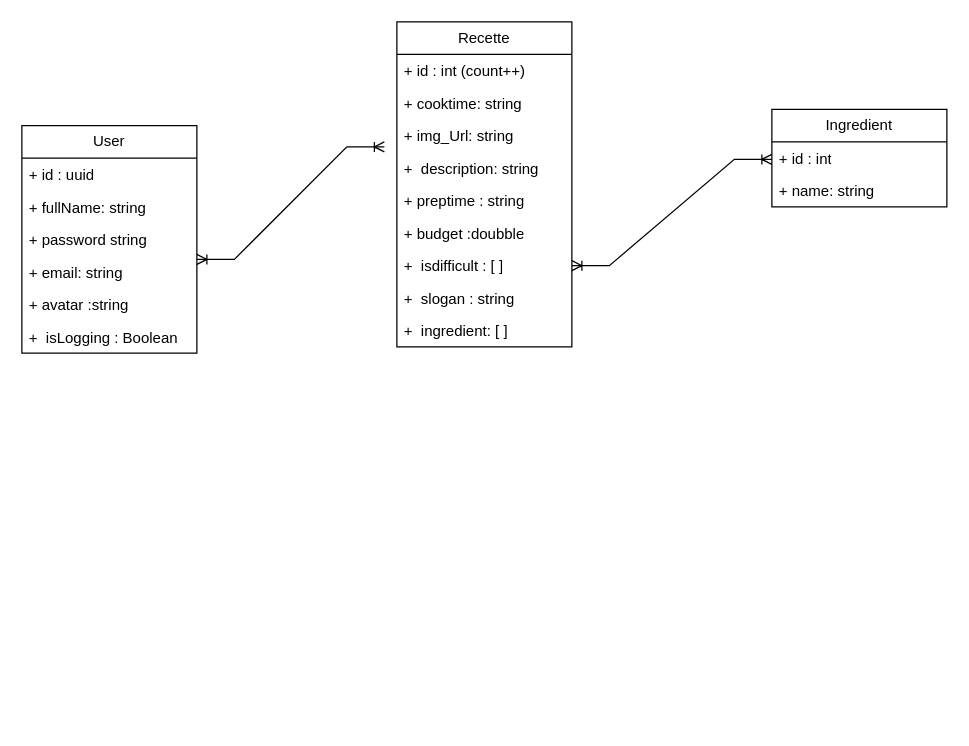
This is Untitled Diagram.drawio from tammyluu/CookBook, a draw.io file, before an edit. Source tidied: cells renumbered, new cells numbered last; positions are measured from the earlier drawing's top-left corner, leaving out a move shared by most shapes. Both pictures are drawn from the tidied source at 125%, with x=0, y=0 at pixel (21, 21).
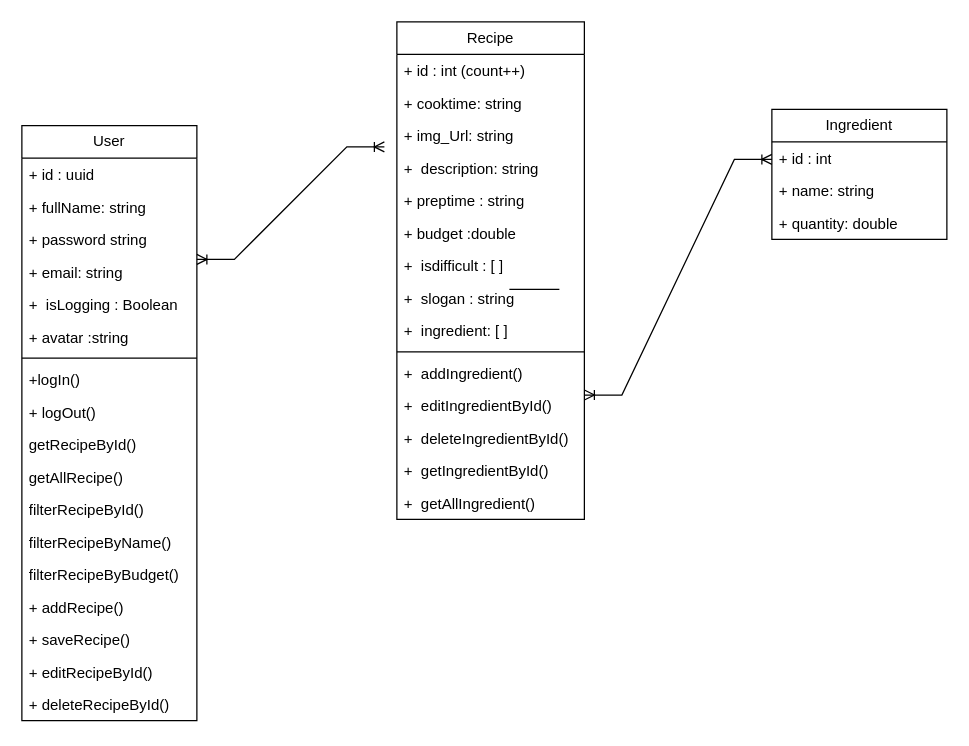
The same diagram, later.

Change to the diagram source:
```diff
@@
     <mxCell id="2" value="User" style="swimlane;fontStyle=0;horizontal=1;startSize=26;fillColor=none;whiteSpace=wrap;html=1;" parent="1" vertex="1">
-      <mxGeometry y="83" width="140" height="182" as="geometry" />
+      <mxGeometry y="83" width="140" height="476" as="geometry" />
     </mxCell>
@@
+    <mxCell id="8" value="+&amp;nbsp; isLogging : Boolean" style="text;strokeColor=none;fillColor=none;align=left;verticalAlign=top;spacingLeft=4;spacingRight=4;overflow=hidden;whiteSpace=wrap;html=1;" parent="2" vertex="1">
+      <mxGeometry y="130" width="140" height="26" as="geometry" />
+    </mxCell>
     <mxCell id="7" value="+ avatar :string" style="text;strokeColor=none;fillColor=none;align=left;verticalAlign=top;spacingLeft=4;spacingRight=4;overflow=hidden;whiteSpace=wrap;html=1;" parent="2" vertex="1">
-      <mxGeometry y="130" width="140" height="26" as="geometry" />
+      <mxGeometry y="156" width="140" height="26" as="geometry" />
     </mxCell>
-    <mxCell id="8" value="+&amp;nbsp; isLogging : Boolean" style="text;strokeColor=none;fillColor=none;align=left;verticalAlign=top;spacingLeft=4;spacingRight=4;overflow=hidden;whiteSpace=wrap;html=1;" parent="2" vertex="1">
-      <mxGeometry y="156" width="140" height="26" as="geometry" />
-    </mxCell>
+    <mxCell id="24" style="line;strokeWidth=1;fillColor=none;align=left;verticalAlign=middle;spacingTop=-1;spacingLeft=3;spacingRight=3;labelPosition=right;strokeColor=inherit;" parent="2" vertex="1">
+      <mxGeometry y="182" width="140" height="8" as="geometry" />
+    </mxCell>
+    <mxCell id="25" value="+logIn()" style="text;strokeColor=none;fillColor=none;align=left;verticalAlign=top;spacingLeft=4;spacingRight=4;overflow=hidden;whiteSpace=wrap;html=1;" parent="2" vertex="1">
+      <mxGeometry y="190" width="140" height="26" as="geometry" />
+    </mxCell>
+    <mxCell id="26" value="+ logOut()" style="text;strokeColor=none;fillColor=none;align=left;verticalAlign=top;spacingLeft=4;spacingRight=4;overflow=hidden;whiteSpace=wrap;html=1;" parent="2" vertex="1">
+      <mxGeometry y="216" width="140" height="26" as="geometry" />
+    </mxCell>
+    <mxCell id="27" value="getRecipeById()" style="text;strokeColor=none;fillColor=none;align=left;verticalAlign=top;spacingLeft=4;spacingRight=4;overflow=hidden;whiteSpace=wrap;html=1;" parent="2" vertex="1">
+      <mxGeometry y="242" width="140" height="26" as="geometry" />
+    </mxCell>
+    <mxCell id="28" value="getAllRecipe()" style="text;strokeColor=none;fillColor=none;align=left;verticalAlign=top;spacingLeft=4;spacingRight=4;overflow=hidden;whiteSpace=wrap;html=1;" parent="2" vertex="1">
+      <mxGeometry y="268" width="140" height="26" as="geometry" />
+    </mxCell>
+    <mxCell id="29" value="filterRecipeById()" style="text;strokeColor=none;fillColor=none;align=left;verticalAlign=top;spacingLeft=4;spacingRight=4;overflow=hidden;whiteSpace=wrap;html=1;" parent="2" vertex="1">
+      <mxGeometry y="294" width="140" height="26" as="geometry" />
+    </mxCell>
+    <mxCell id="30" value="filterRecipeByName()" style="text;strokeColor=none;fillColor=none;align=left;verticalAlign=top;spacingLeft=4;spacingRight=4;overflow=hidden;whiteSpace=wrap;html=1;" parent="2" vertex="1">
+      <mxGeometry y="320" width="140" height="26" as="geometry" />
+    </mxCell>
+    <mxCell id="31" value="filterRecipeByBudget()" style="text;strokeColor=none;fillColor=none;align=left;verticalAlign=top;spacingLeft=4;spacingRight=4;overflow=hidden;whiteSpace=wrap;html=1;" parent="2" vertex="1">
+      <mxGeometry y="346" width="140" height="26" as="geometry" />
+    </mxCell>
+    <mxCell id="32" value="+ addRecipe()" style="text;strokeColor=none;fillColor=none;align=left;verticalAlign=top;spacingLeft=4;spacingRight=4;overflow=hidden;whiteSpace=wrap;html=1;" parent="2" vertex="1">
+      <mxGeometry y="372" width="140" height="26" as="geometry" />
+    </mxCell>
+    <mxCell id="33" value="+ saveRecipe()" style="text;strokeColor=none;fillColor=none;align=left;verticalAlign=top;spacingLeft=4;spacingRight=4;overflow=hidden;whiteSpace=wrap;html=1;" parent="2" vertex="1">
+      <mxGeometry y="398" width="140" height="26" as="geometry" />
+    </mxCell>
+    <mxCell id="34" value="+ editRecipeById()" style="text;strokeColor=none;fillColor=none;align=left;verticalAlign=top;spacingLeft=4;spacingRight=4;overflow=hidden;whiteSpace=wrap;html=1;" parent="2" vertex="1">
+      <mxGeometry y="424" width="140" height="26" as="geometry" />
+    </mxCell>
+    <mxCell id="35" value="+ deleteRecipeById()" style="text;strokeColor=none;fillColor=none;align=left;verticalAlign=top;spacingLeft=4;spacingRight=4;overflow=hidden;whiteSpace=wrap;html=1;" parent="2" vertex="1">
+      <mxGeometry y="450" width="140" height="26" as="geometry" />
+    </mxCell>
     <mxCell id="9" value="Ingredient" style="swimlane;fontStyle=0;horizontal=1;startSize=26;fillColor=none;whiteSpace=wrap;html=1;" parent="1" vertex="1">
-      <mxGeometry x="600" y="70" width="140" height="78" as="geometry" />
+      <mxGeometry x="600" y="70" width="140" height="104" as="geometry" />
     </mxCell>
@@
+    <mxCell id="36" value="+ quantity: double" style="text;strokeColor=none;fillColor=none;align=left;verticalAlign=top;spacingLeft=4;spacingRight=4;overflow=hidden;whiteSpace=wrap;html=1;" parent="9" vertex="1">
+      <mxGeometry y="78" width="140" height="26" as="geometry" />
+    </mxCell>
-    <mxCell id="12" value="Recette" style="swimlane;fontStyle=0;horizontal=1;startSize=26;fillColor=none;whiteSpace=wrap;html=1;" parent="1" vertex="1">
-      <mxGeometry x="300" width="140" height="260" as="geometry" />
+    <mxCell id="12" value="Recipe" style="swimlane;fontStyle=0;horizontal=1;startSize=26;fillColor=none;whiteSpace=wrap;html=1;" parent="1" vertex="1">
+      <mxGeometry x="300" width="150" height="398" as="geometry" />
     </mxCell>
     <mxCell id="13" value="+ id : int (count++)" style="text;strokeColor=none;fillColor=none;align=left;verticalAlign=top;spacingLeft=4;spacingRight=4;overflow=hidden;whiteSpace=wrap;html=1;" parent="12" vertex="1">
-      <mxGeometry y="26" width="140" height="26" as="geometry" />
+      <mxGeometry y="26" width="150" height="26" as="geometry" />
     </mxCell>
     <mxCell id="14" value="+ cooktime: string" style="text;strokeColor=none;fillColor=none;align=left;verticalAlign=top;spacingLeft=4;spacingRight=4;overflow=hidden;whiteSpace=wrap;html=1;" parent="12" vertex="1">
-      <mxGeometry y="52" width="140" height="26" as="geometry" />
+      <mxGeometry y="52" width="150" height="26" as="geometry" />
     </mxCell>
     <mxCell id="15" value="+ img_Url: string" style="text;strokeColor=none;fillColor=none;align=left;verticalAlign=top;spacingLeft=4;spacingRight=4;overflow=hidden;whiteSpace=wrap;html=1;" parent="12" vertex="1">
-      <mxGeometry y="78" width="140" height="26" as="geometry" />
+      <mxGeometry y="78" width="150" height="26" as="geometry" />
     </mxCell>
+    <mxCell id="37" style="edgeStyle=orthogonalEdgeStyle;rounded=0;jettySize=auto;html=1;exitX=1;exitY=0.5;exitDx=0;exitDy=0;" parent="12" edge="1" source="16">
+      <mxGeometry relative="1" as="geometry">
+        <mxPoint x="150" y="117" as="targetPoint" />
+      </mxGeometry>
+    </mxCell>
     <mxCell id="16" value="+&amp;nbsp; description: string" style="text;strokeColor=none;fillColor=none;align=left;verticalAlign=top;spacingLeft=4;spacingRight=4;overflow=hidden;points=[[0,0.5],[1,0.5]];portConstraint=eastwest;whiteSpace=wrap;html=1;" parent="12" vertex="1">
-      <mxGeometry y="104" width="140" height="26" as="geometry" />
+      <mxGeometry y="104" width="150" height="26" as="geometry" />
     </mxCell>
     <mxCell id="17" value="+ preptime : string" style="text;strokeColor=none;fillColor=none;align=left;verticalAlign=top;spacingLeft=4;spacingRight=4;overflow=hidden;whiteSpace=wrap;html=1;" parent="12" vertex="1">
-      <mxGeometry y="130" width="140" height="26" as="geometry" />
+      <mxGeometry y="130" width="150" height="26" as="geometry" />
     </mxCell>
-    <mxCell id="18" value="+ budget :doubble" style="text;strokeColor=none;fillColor=none;align=left;verticalAlign=top;spacingLeft=4;spacingRight=4;overflow=hidden;whiteSpace=wrap;html=1;" parent="12" vertex="1">
-      <mxGeometry y="156" width="140" height="26" as="geometry" />
+    <mxCell id="18" value="+ budget :double" style="text;strokeColor=none;fillColor=none;align=left;verticalAlign=top;spacingLeft=4;spacingRight=4;overflow=hidden;whiteSpace=wrap;html=1;" parent="12" vertex="1">
+      <mxGeometry y="156" width="150" height="26" as="geometry" />
     </mxCell>
     <mxCell id="19" value="+&amp;nbsp; isdifficult : [ ]" style="text;strokeColor=none;fillColor=none;align=left;verticalAlign=top;spacingLeft=4;spacingRight=4;overflow=hidden;whiteSpace=wrap;html=1;" parent="12" vertex="1">
-      <mxGeometry y="182" width="140" height="26" as="geometry" />
+      <mxGeometry y="182" width="150" height="26" as="geometry" />
     </mxCell>
     <mxCell id="20" value="+&amp;nbsp; slogan : string" style="text;strokeColor=none;fillColor=none;align=left;verticalAlign=top;spacingLeft=4;spacingRight=4;overflow=hidden;whiteSpace=wrap;html=1;" parent="12" vertex="1">
-      <mxGeometry y="208" width="140" height="26" as="geometry" />
+      <mxGeometry y="208" width="150" height="26" as="geometry" />
     </mxCell>
     <mxCell id="21" value="+&amp;nbsp; ingredient: [ ]" style="text;strokeColor=none;fillColor=none;align=left;verticalAlign=top;spacingLeft=4;spacingRight=4;overflow=hidden;whiteSpace=wrap;html=1;" parent="12" vertex="1">
-      <mxGeometry y="234" width="140" height="26" as="geometry" />
+      <mxGeometry y="234" width="150" height="26" as="geometry" />
     </mxCell>
+    <mxCell id="38" style="line;strokeWidth=1;fillColor=none;align=left;verticalAlign=middle;spacingTop=-1;spacingLeft=3;spacingRight=3;labelPosition=right;strokeColor=inherit;" parent="12" vertex="1">
+      <mxGeometry y="260" width="150" height="8" as="geometry" />
+    </mxCell>
+    <mxCell id="39" value="+&amp;nbsp; addIngredient()" style="text;strokeColor=none;fillColor=none;align=left;verticalAlign=top;spacingLeft=4;spacingRight=4;overflow=hidden;whiteSpace=wrap;html=1;" parent="12" vertex="1">
+      <mxGeometry y="268" width="150" height="26" as="geometry" />
+    </mxCell>
+    <mxCell id="40" value="+&amp;nbsp; editIngredientById()" style="text;strokeColor=none;fillColor=none;align=left;verticalAlign=top;spacingLeft=4;spacingRight=4;overflow=hidden;whiteSpace=wrap;html=1;" parent="12" vertex="1">
+      <mxGeometry y="294" width="150" height="26" as="geometry" />
+    </mxCell>
+    <mxCell id="41" value="+&amp;nbsp; deleteIngredientById()" style="text;strokeColor=none;fillColor=none;align=left;verticalAlign=top;spacingLeft=4;spacingRight=4;overflow=hidden;whiteSpace=wrap;html=1;" parent="12" vertex="1">
+      <mxGeometry y="320" width="150" height="26" as="geometry" />
+    </mxCell>
+    <mxCell id="42" value="+&amp;nbsp; getIngredientById()" style="text;strokeColor=none;fillColor=none;align=left;verticalAlign=top;spacingLeft=4;spacingRight=4;overflow=hidden;whiteSpace=wrap;html=1;" parent="12" vertex="1">
+      <mxGeometry y="346" width="150" height="26" as="geometry" />
+    </mxCell>
+    <mxCell id="43" value="+&amp;nbsp; getAllIngredient()" style="text;strokeColor=none;fillColor=none;align=left;verticalAlign=top;spacingLeft=4;spacingRight=4;overflow=hidden;whiteSpace=wrap;html=1;" parent="12" vertex="1">
+      <mxGeometry y="372" width="150" height="26" as="geometry" />
+    </mxCell>
@@
+    <mxCell id="44" style="line;strokeWidth=1;fillColor=none;align=left;verticalAlign=middle;spacingTop=-1;spacingLeft=3;spacingRight=3;labelPosition=right;strokeColor=inherit;" parent="1" vertex="1">
+      <mxGeometry x="390" y="210" width="40" height="8" as="geometry" />
+    </mxCell>
```
